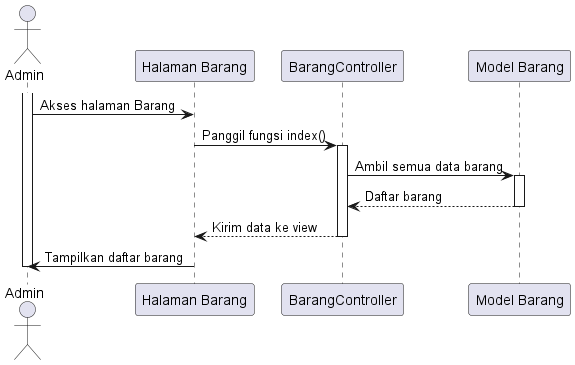
This is out/sequence diagram/barang/melihat_barang/melihat_barang.png from tengahcang/UML_TA, a PlantUML export, as it was before one commit.
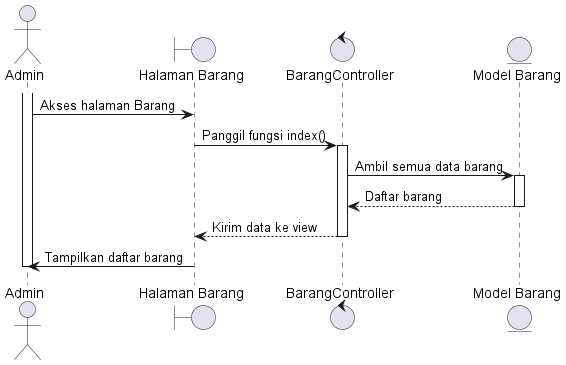
Above is the later version.

Change to the diagram source:
```diff
@@ -1,9 +1,9 @@
 @startuml
 actor Admin
 
-participant "Halaman Barang" as ProductPage
-participant "BarangController" as Controller
-participant "Model Barang" as ProductModel
+boundary "Halaman Barang" as ProductPage
+control "BarangController" as Controller
+entity "Model Barang" as ProductModel
 
 activate Admin
 Admin -> ProductPage: Akses halaman Barang
```
